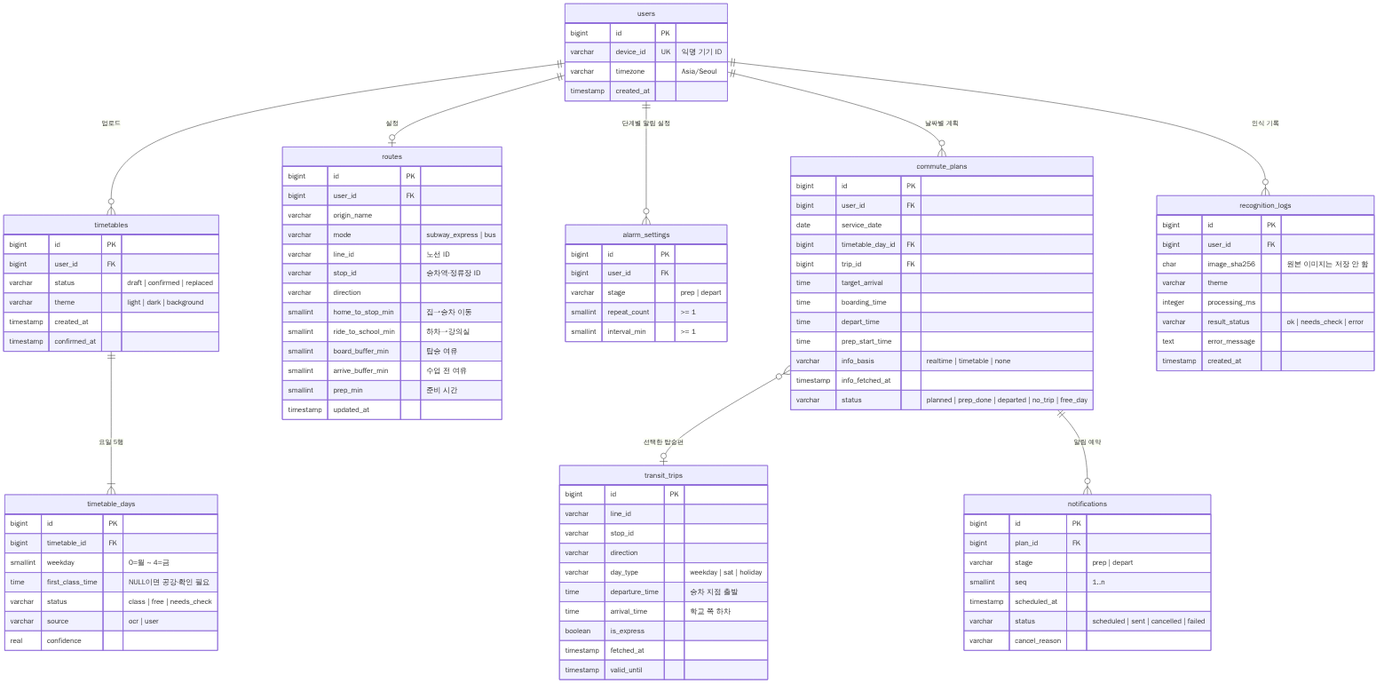
Earlier version of the Mermaid export docs/design/diagrams/4_erd.png (yewon51019/timetable_textps). Its source is kept beside it as docs/design/diagrams/4_erd.mmd.
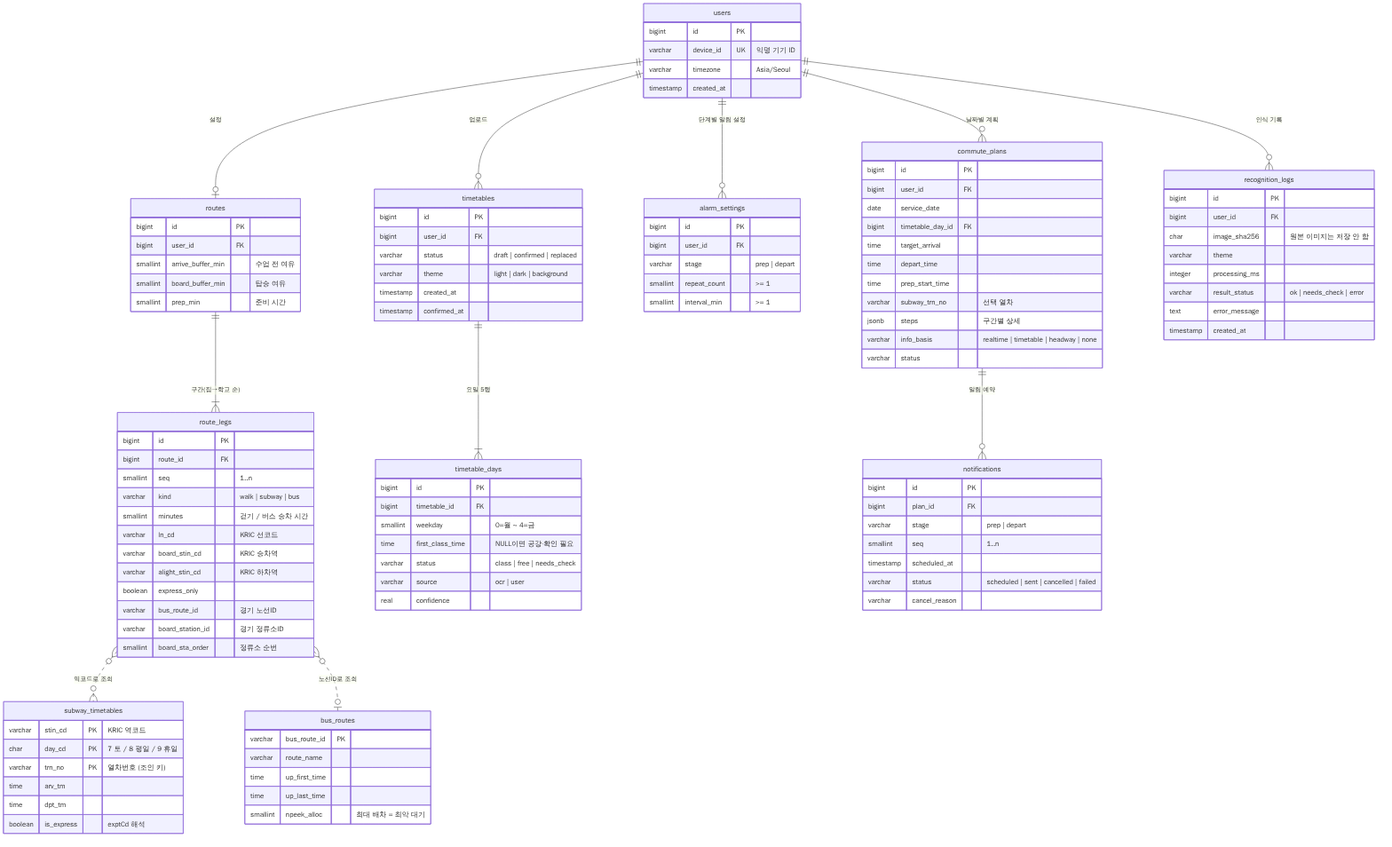
Later version of the same file.

The edit, as a diff of the source:
```diff
@@ -1,11 +1,13 @@
 erDiagram
   users ||--o{ timetables : "업로드"
   users ||--o| routes : "설정"
+  routes ||--|{ route_legs : "구간(집→학교 순)"
+  route_legs }o..o{ subway_timetables : "역코드로 조회"
+  route_legs }o..o| bus_routes : "노선ID로 조회"
   users ||--o{ alarm_settings : "단계별 알림 설정"
   users ||--o{ commute_plans : "날짜별 계획"
   users ||--o{ recognition_logs : "인식 기록"
   timetables ||--|{ timetable_days : "요일 5행"
-  commute_plans }o--o| transit_trips : "선택한 탑승편"
   commute_plans ||--o{ notifications : "알림 예약"
 
   users {
@@ -34,17 +36,23 @@
   routes {
     bigint id PK
     bigint user_id FK
-    varchar origin_name
-    varchar mode "subway_express | bus"
-    varchar line_id "노선 ID"
-    varchar stop_id "승차역·정류장 ID"
-    varchar direction
-    smallint home_to_stop_min "집→승차 이동"
-    smallint ride_to_school_min "하차→강의실"
+    smallint arrive_buffer_min "수업 전 여유"
     smallint board_buffer_min "탑승 여유"
-    smallint arrive_buffer_min "수업 전 여유"
     smallint prep_min "준비 시간"
-    timestamp updated_at
+  }
+  route_legs {
+    bigint id PK
+    bigint route_id FK
+    smallint seq "1..n"
+    varchar kind "walk | subway | bus"
+    smallint minutes "걷기 / 버스 승차 시간"
+    varchar ln_cd "KRIC 선코드"
+    varchar board_stin_cd "KRIC 승차역"
+    varchar alight_stin_cd "KRIC 하차역"
+    boolean express_only
+    varchar bus_route_id "경기 노선ID"
+    varchar board_station_id "경기 정류소ID"
+    smallint board_sta_order "정류소 순번"
   }
   alarm_settings {
     bigint id PK
@@ -53,31 +61,33 @@
     smallint repeat_count ">= 1"
     smallint interval_min ">= 1"
   }
-  transit_trips {
-    bigint id PK
-    varchar line_id
-    varchar stop_id
-    varchar direction
-    varchar day_type "weekday | sat | holiday"
-    time departure_time "승차 지점 출발"
-    time arrival_time "학교 쪽 하차"
-    boolean is_express
-    timestamp fetched_at
-    timestamp valid_until
+  subway_timetables {
+    varchar stin_cd PK "KRIC 역코드"
+    char day_cd PK "7 토 / 8 평일 / 9 휴일"
+    varchar trn_no PK "열차번호 (조인 키)"
+    time arv_tm
+    time dpt_tm
+    boolean is_express "exptCd 해석"
+  }
+  bus_routes {
+    varchar bus_route_id PK
+    varchar route_name
+    time up_first_time
+    time up_last_time
+    smallint npeek_alloc "최대 배차 = 최악 대기"
   }
   commute_plans {
     bigint id PK
     bigint user_id FK
     date service_date
     bigint timetable_day_id FK
-    bigint trip_id FK
     time target_arrival
-    time boarding_time
     time depart_time
     time prep_start_time
-    varchar info_basis "realtime | timetable | none"
-    timestamp info_fetched_at
-    varchar status "planned | prep_done | departed | no_trip | free_day"
+    varchar subway_trn_no "선택 열차"
+    jsonb steps "구간별 상세"
+    varchar info_basis "realtime | timetable | headway | none"
+    varchar status
   }
   notifications {
     bigint id PK
```
